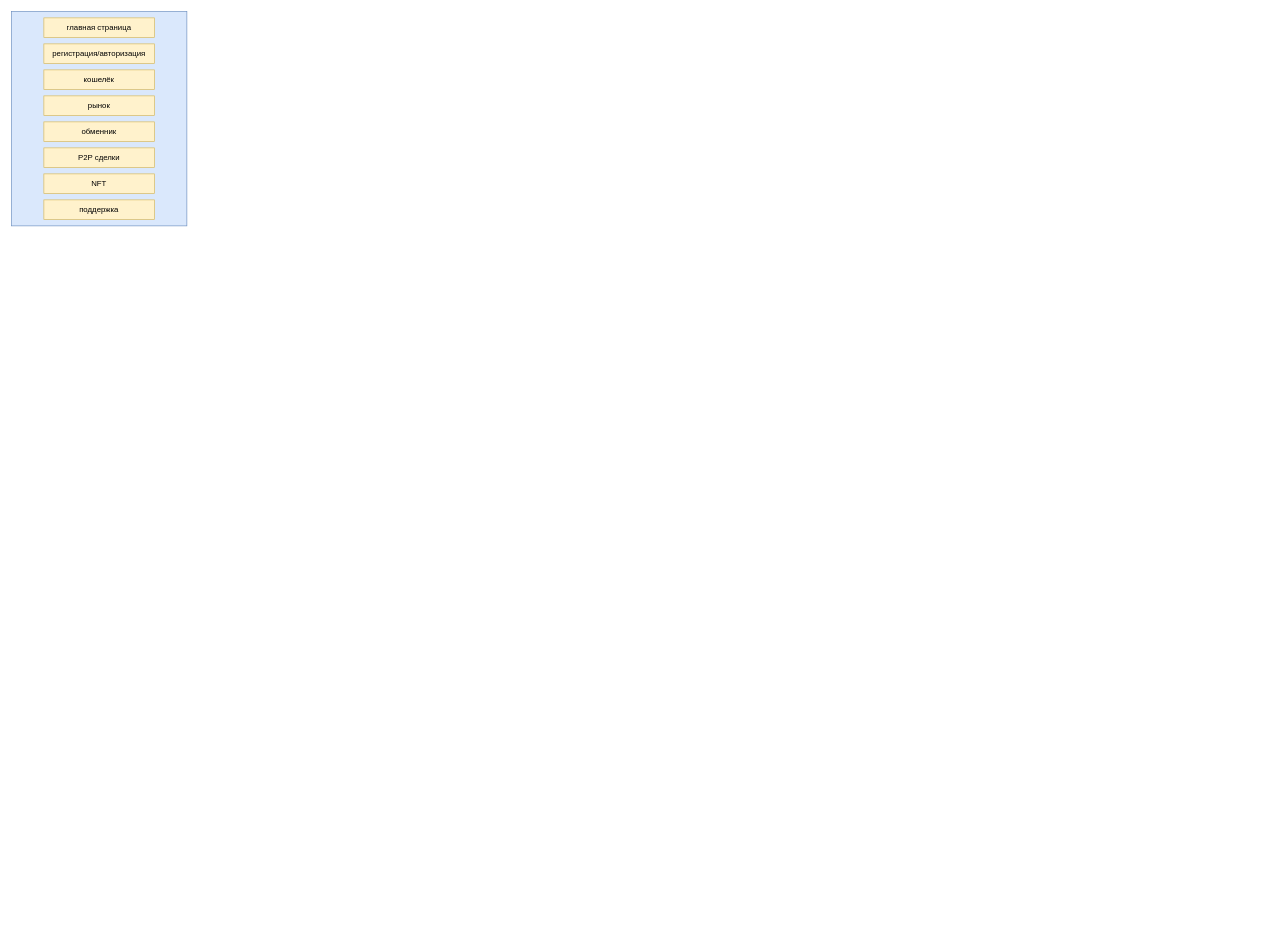
This is lesson.drawio from Vlad1995new/Lesson, a draw.io file, before an edit. Source tidied: cells renumbered, new cells numbered last; positions are measured from the earlier drawing's top-left corner, leaving out a move shared by most shapes. Both pictures are drawn from the tidied source at 65%, with x=0, y=0 at pixel (11, 11).
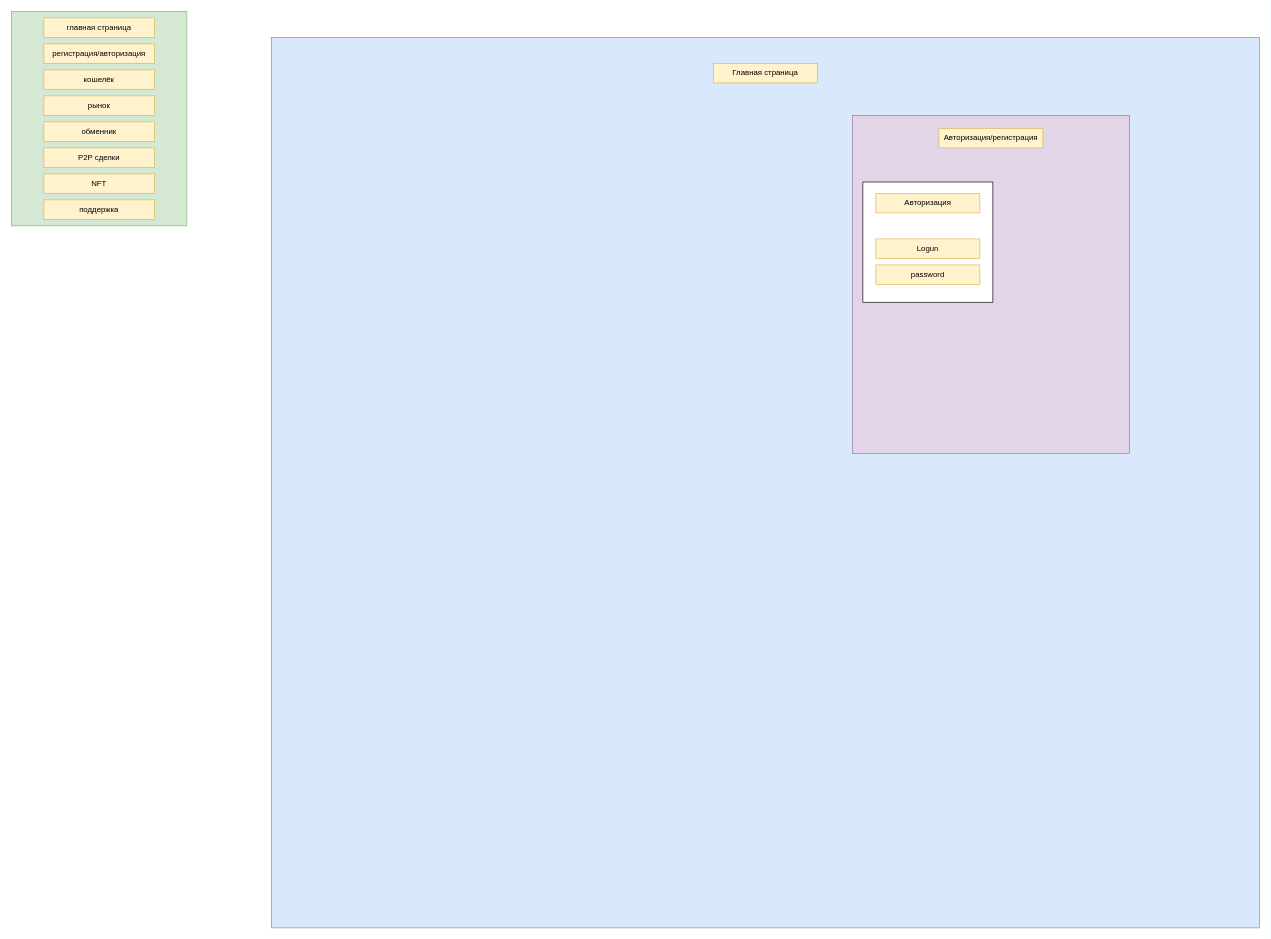
After the change.

What changed in the source:
```diff
@@
-    <mxCell id="2" style="rounded=0;whiteSpace=wrap;html=1;fillColor=#dae8fc;strokeColor=#6c8ebf;" parent="1" vertex="1">
+    <mxCell id="2" style="rounded=0;whiteSpace=wrap;html=1;fillColor=#d5e8d4;strokeColor=#82b366;" parent="1" vertex="1">
       <mxGeometry width="270" height="330" as="geometry" />
     </mxCell>
@@
+    <mxCell id="19" style="rounded=0;whiteSpace=wrap;html=1;fillColor=#dae8fc;strokeColor=#6c8ebf;" parent="1" vertex="1">
+      <mxGeometry x="400" y="40" width="1520" height="1370" as="geometry" />
+    </mxCell>
+    <mxCell id="20" value="Главная страница" style="text;html=1;strokeColor=#d6b656;fillColor=#fff2cc;align=center;verticalAlign=middle;whiteSpace=wrap;rounded=0;" parent="1" vertex="1">
+      <mxGeometry x="1080" y="80" width="160" height="30" as="geometry" />
+    </mxCell>
+    <mxCell id="21" style="rounded=0;whiteSpace=wrap;html=1;fillColor=#e1d5e7;strokeColor=#9673a6;" parent="1" vertex="1">
+      <mxGeometry x="1294" y="160" width="426" height="520" as="geometry" />
+    </mxCell>
+    <mxCell id="22" value="Авторизация/регистрация" style="text;html=1;strokeColor=#d6b656;fillColor=#fff2cc;align=center;verticalAlign=middle;whiteSpace=wrap;rounded=0;" parent="1" vertex="1">
+      <mxGeometry x="1427" y="180" width="160" height="30" as="geometry" />
+    </mxCell>
+    <mxCell id="23" style="rounded=0;whiteSpace=wrap;html=1;" parent="1" vertex="1">
+      <mxGeometry x="1310" y="262.5" width="200" height="185" as="geometry" />
+    </mxCell>
+    <mxCell id="24" value="Авторизация" style="text;html=1;strokeColor=#d6b656;fillColor=#fff2cc;align=center;verticalAlign=middle;whiteSpace=wrap;rounded=0;" parent="1" vertex="1">
+      <mxGeometry x="1330" y="280" width="160" height="30" as="geometry" />
+    </mxCell>
+    <mxCell id="25" value="Logun" style="text;html=1;strokeColor=#d6b656;fillColor=#fff2cc;align=center;verticalAlign=middle;whiteSpace=wrap;rounded=0;" parent="1" vertex="1">
+      <mxGeometry x="1330" y="350" width="160" height="30" as="geometry" />
+    </mxCell>
+    <mxCell id="26" value="password" style="text;html=1;strokeColor=#d6b656;fillColor=#fff2cc;align=center;verticalAlign=middle;whiteSpace=wrap;rounded=0;" parent="1" vertex="1">
+      <mxGeometry x="1330" y="390" width="160" height="30" as="geometry" />
+    </mxCell>
```
